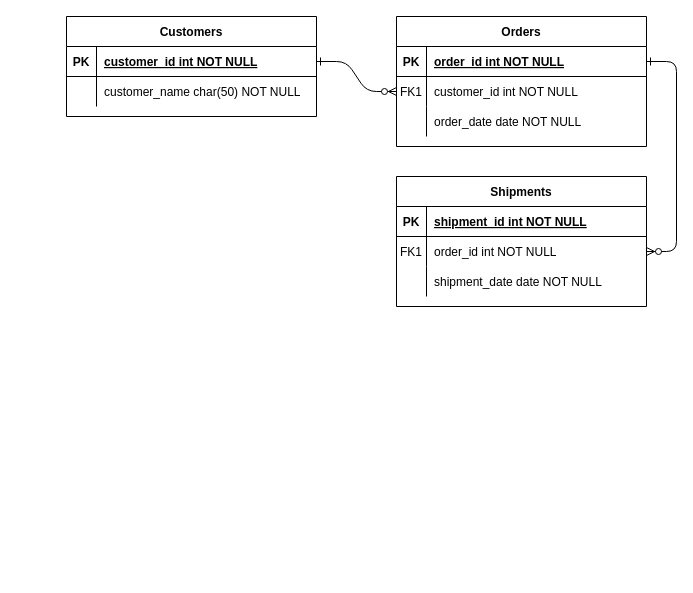
Above: Untitled Diagram.drawio in gerry-baird/notebooks (draw.io), before the change. Source tidied: cells renumbered, new cells numbered last; positions are measured from the earlier drawing's top-left corner, leaving out a move shared by most shapes. Both pictures are drawn from the tidied source at 100%, with x=0, y=0 at pixel (66, 16).
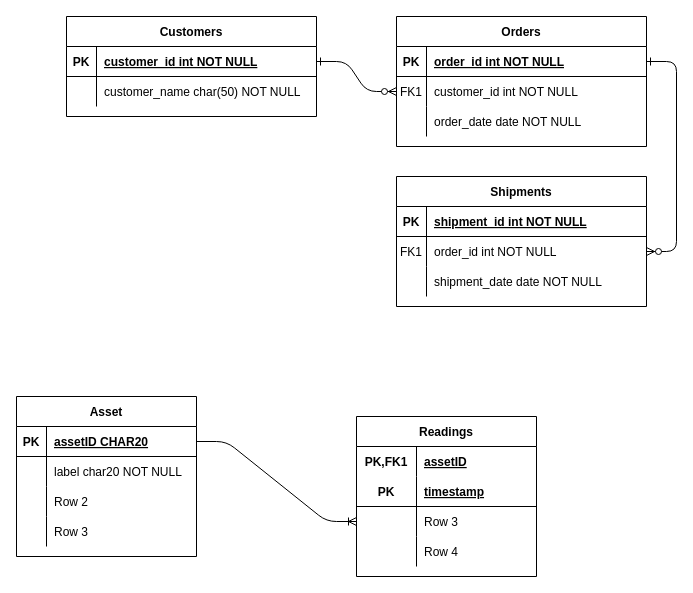
The same page after the edit.

Diff of the diagram source:
```diff
@@
+    <mxCell id="31" value="Asset" style="shape=table;startSize=30;childLayout=tableLayout;rowLines=0;fontStyle=1;align=center;" parent="1" vertex="1">
+      <mxGeometry x="-50" y="380" width="180" height="160" as="geometry" />
+    </mxCell>
+    <mxCell id="32" style="shape=partialRectangle;fillColor=none;top=0;left=0;bottom=1;right=0;points=[[0,0.5],[1,0.5]];portConstraint=eastwest;" parent="31" vertex="1">
+      <mxGeometry y="30" width="180" height="30" as="geometry" />
+    </mxCell>
+    <mxCell id="33" value="PK" style="shape=partialRectangle;fillColor=none;top=0;left=0;bottom=0;right=0;fontStyle=1;overflow=hidden;" parent="32" vertex="1">
+      <mxGeometry width="30" height="30" as="geometry" />
+    </mxCell>
+    <mxCell id="34" value="assetID CHAR20" style="shape=partialRectangle;fillColor=none;top=0;left=0;bottom=0;right=0;align=left;spacingLeft=6;fontStyle=5;overflow=hidden;" parent="32" vertex="1">
+      <mxGeometry x="30" width="150" height="30" as="geometry" />
+    </mxCell>
+    <mxCell id="35" style="shape=partialRectangle;fillColor=none;top=0;left=0;bottom=0;right=0;" parent="31" vertex="1">
+      <mxGeometry y="60" width="180" height="30" as="geometry" />
+    </mxCell>
+    <mxCell id="36" style="shape=partialRectangle;fillColor=none;top=0;left=0;bottom=0;right=0;overflow=hidden;" parent="35" vertex="1">
+      <mxGeometry width="30" height="30" as="geometry" />
+    </mxCell>
+    <mxCell id="37" value="label char20 NOT NULL" style="shape=partialRectangle;fillColor=none;top=0;left=0;bottom=0;right=0;align=left;spacingLeft=6;overflow=hidden;" parent="35" vertex="1">
+      <mxGeometry x="30" width="150" height="30" as="geometry" />
+    </mxCell>
+    <mxCell id="38" style="shape=partialRectangle;fillColor=none;top=0;left=0;bottom=0;right=0;" parent="31" vertex="1">
+      <mxGeometry y="90" width="180" height="30" as="geometry" />
+    </mxCell>
+    <mxCell id="39" style="shape=partialRectangle;fillColor=none;top=0;left=0;bottom=0;right=0;overflow=hidden;" parent="38" vertex="1">
+      <mxGeometry width="30" height="30" as="geometry" />
+    </mxCell>
+    <mxCell id="40" value="Row 2" style="shape=partialRectangle;fillColor=none;top=0;left=0;bottom=0;right=0;align=left;spacingLeft=6;overflow=hidden;" parent="38" vertex="1">
+      <mxGeometry x="30" width="150" height="30" as="geometry" />
+    </mxCell>
+    <mxCell id="41" style="shape=partialRectangle;fillColor=none;top=0;left=0;bottom=0;right=0;" parent="31" vertex="1">
+      <mxGeometry y="120" width="180" height="30" as="geometry" />
+    </mxCell>
+    <mxCell id="42" style="shape=partialRectangle;fillColor=none;top=0;left=0;bottom=0;right=0;overflow=hidden;" parent="41" vertex="1">
+      <mxGeometry width="30" height="30" as="geometry" />
+    </mxCell>
+    <mxCell id="43" value="Row 3" style="shape=partialRectangle;fillColor=none;top=0;left=0;bottom=0;right=0;align=left;spacingLeft=6;overflow=hidden;" parent="41" vertex="1">
+      <mxGeometry x="30" width="150" height="30" as="geometry" />
+    </mxCell>
+    <mxCell id="44" value="Readings" style="shape=table;startSize=30;childLayout=tableLayout;rowLines=0;fontStyle=1;align=center;" parent="1" vertex="1">
+      <mxGeometry x="290" y="400" width="180" height="160" as="geometry" />
+    </mxCell>
+    <mxCell id="45" style="shape=partialRectangle;fillColor=none;top=0;left=0;bottom=0;right=0;" parent="44" vertex="1">
+      <mxGeometry y="30" width="180" height="30" as="geometry" />
+    </mxCell>
+    <mxCell id="46" value="PK,FK1" style="shape=partialRectangle;fillColor=none;top=0;left=0;bottom=0;right=0;fontStyle=1;overflow=hidden;" parent="45" vertex="1">
+      <mxGeometry width="60" height="30" as="geometry" />
+    </mxCell>
+    <mxCell id="47" value="assetID" style="shape=partialRectangle;fillColor=none;top=0;left=0;bottom=0;right=0;align=left;spacingLeft=6;fontStyle=5;overflow=hidden;" parent="45" vertex="1">
+      <mxGeometry x="60" width="120" height="30" as="geometry" />
+    </mxCell>
+    <mxCell id="48" style="shape=partialRectangle;fillColor=none;top=0;left=0;bottom=1;right=0;" parent="44" vertex="1">
+      <mxGeometry y="60" width="180" height="30" as="geometry" />
+    </mxCell>
+    <mxCell id="49" value="PK" style="shape=partialRectangle;fillColor=none;top=0;left=0;bottom=0;right=0;fontStyle=1;overflow=hidden;" parent="48" vertex="1">
+      <mxGeometry width="60" height="30" as="geometry" />
+    </mxCell>
+    <mxCell id="50" value="timestamp" style="shape=partialRectangle;fillColor=none;top=0;left=0;bottom=0;right=0;align=left;spacingLeft=6;fontStyle=5;overflow=hidden;" parent="48" vertex="1">
+      <mxGeometry x="60" width="120" height="30" as="geometry" />
+    </mxCell>
+    <mxCell id="51" style="shape=partialRectangle;fillColor=none;top=0;left=0;bottom=0;right=0;points=[[0,0.5],[1,0.5]];portConstraint=eastwest;" parent="44" vertex="1">
+      <mxGeometry y="90" width="180" height="30" as="geometry" />
+    </mxCell>
+    <mxCell id="52" style="shape=partialRectangle;fillColor=none;top=0;left=0;bottom=0;right=0;overflow=hidden;" parent="51" vertex="1">
+      <mxGeometry width="60" height="30" as="geometry" />
+    </mxCell>
+    <mxCell id="53" value="Row 3" style="shape=partialRectangle;fillColor=none;top=0;left=0;bottom=0;right=0;align=left;spacingLeft=6;overflow=hidden;" parent="51" vertex="1">
+      <mxGeometry x="60" width="120" height="30" as="geometry" />
+    </mxCell>
+    <mxCell id="54" style="shape=partialRectangle;fillColor=none;top=0;left=0;bottom=0;right=0;" parent="44" vertex="1">
+      <mxGeometry y="120" width="180" height="30" as="geometry" />
+    </mxCell>
+    <mxCell id="55" style="shape=partialRectangle;fillColor=none;top=0;left=0;bottom=0;right=0;overflow=hidden;" parent="54" vertex="1">
+      <mxGeometry width="60" height="30" as="geometry" />
+    </mxCell>
+    <mxCell id="56" value="Row 4" style="shape=partialRectangle;fillColor=none;top=0;left=0;bottom=0;right=0;align=left;spacingLeft=6;overflow=hidden;" parent="54" vertex="1">
+      <mxGeometry x="60" width="120" height="30" as="geometry" />
+    </mxCell>
+    <mxCell id="57" style="edgeStyle=entityRelationEdgeStyle;fontSize=12;html=1;endArrow=ERoneToMany;exitX=1;exitY=0.5;exitDx=0;exitDy=0;entryX=0;entryY=0.5;entryDx=0;entryDy=0;" parent="1" edge="1" source="32" target="51">
+      <mxGeometry relative="1" as="geometry" />
+    </mxCell>
```
